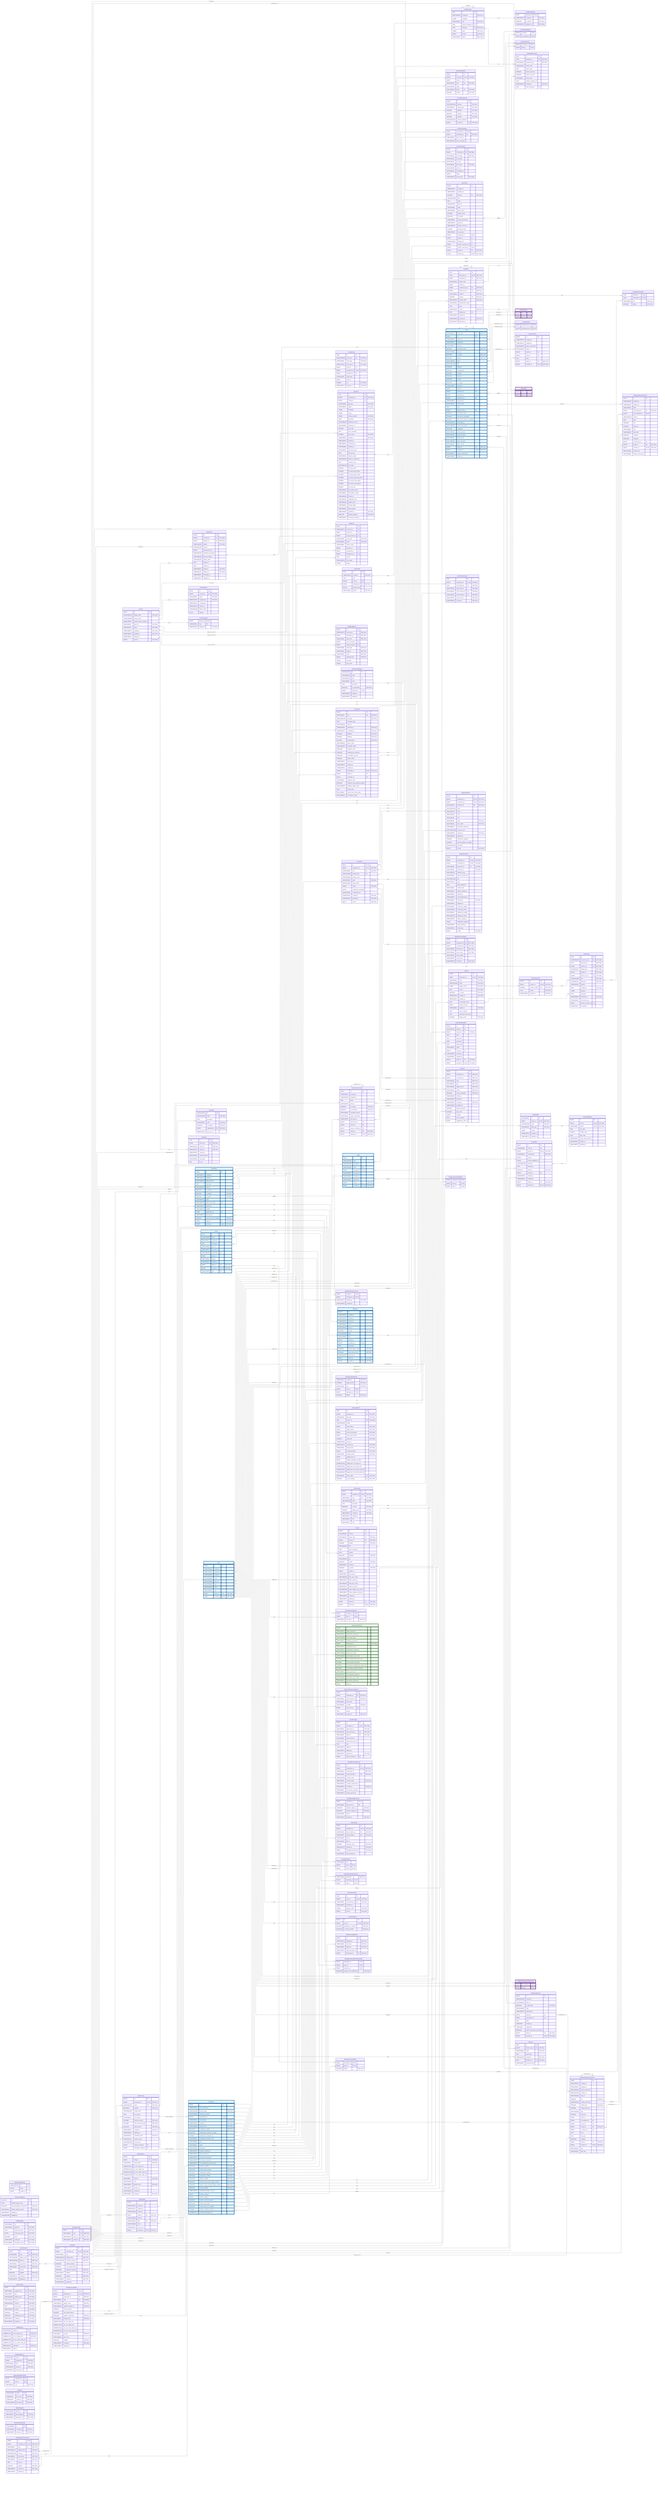
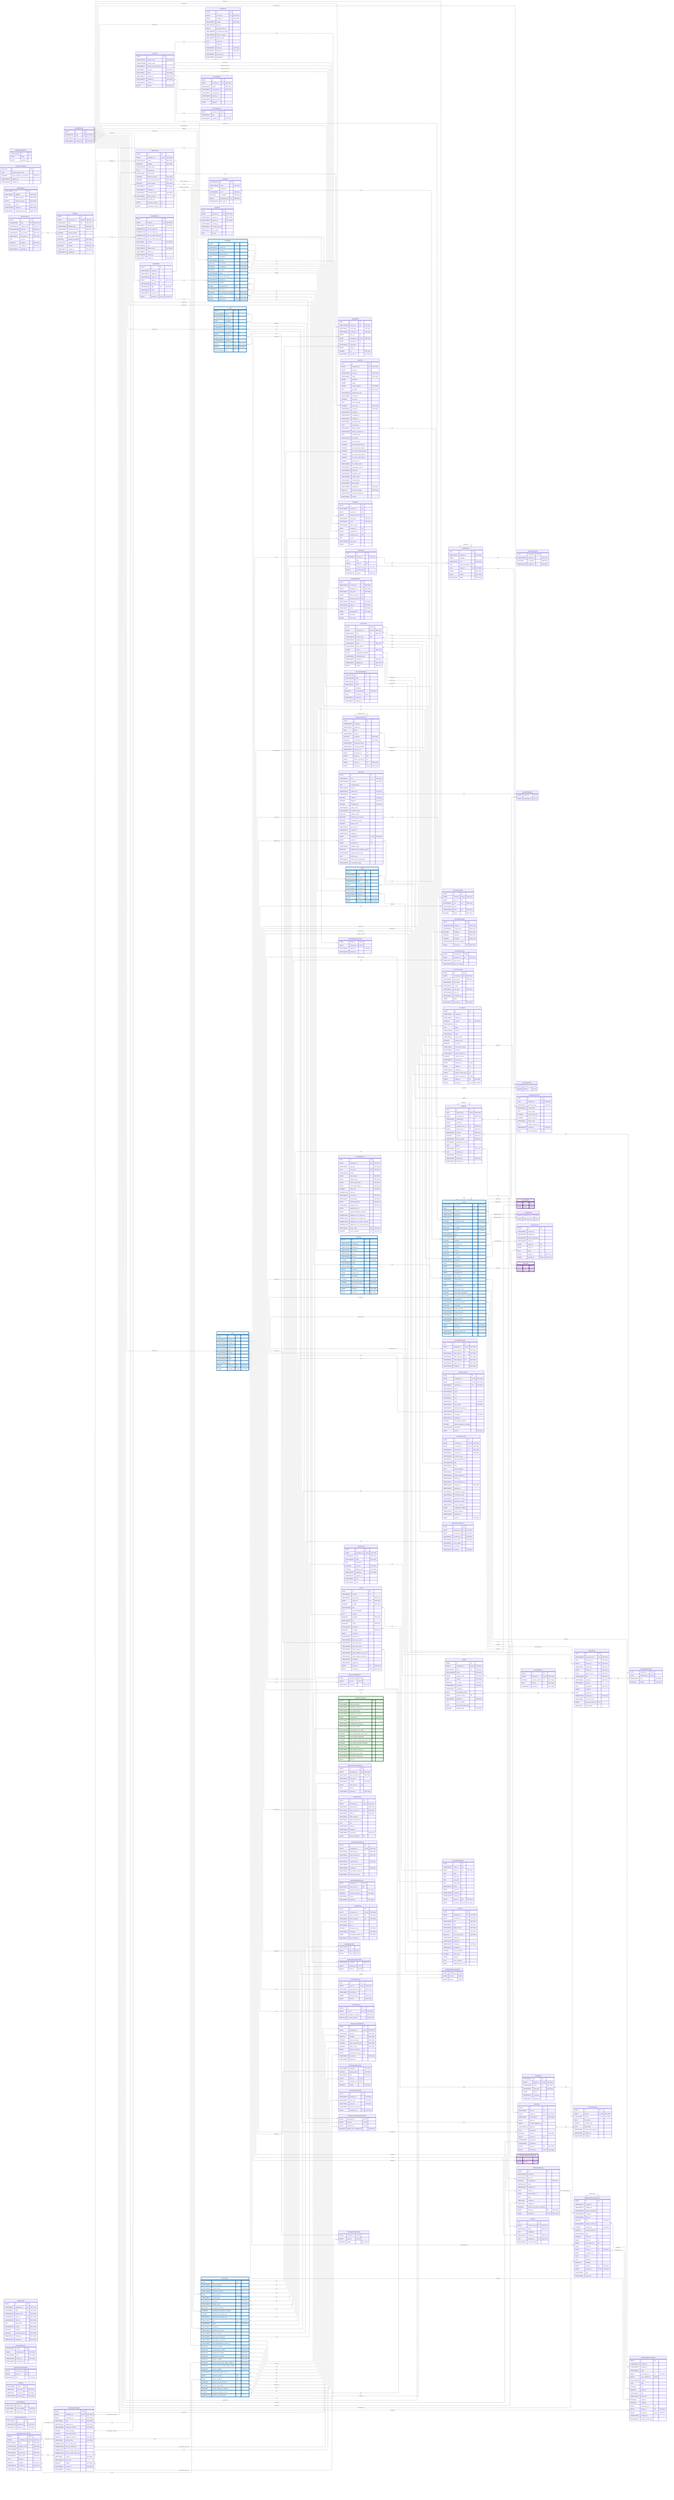
---
config:
    layout: elk
---
erDiagram
    %% Generated automatically from PostgreSQL database schema
    %% using scripts/generate-mermaid-erd.ts
    %% To regenerate: pnpm run db:generate-erd-docs

    direction LR

    Account {
        BIGINT id PK
        VARCHAR(255) display_name "NOT NULL"
        USER-DEFINED primary_email
        TIMESTAMPTZ primary_email_verified_at
        VARCHAR(16) app_role "NOT NULL"
        VARCHAR(16) status "NOT NULL"
        TIMESTAMPTZ created_at "NOT NULL"
        TIMESTAMPTZ updated_at "NOT NULL"
        TIMESTAMPTZ deleted_at
        BIGINT version "NOT NULL"
    }

    AccountExport {
        BIGINT id PK
        BIGINT account_id FK "NOT NULL"
        VARCHAR(16) status "NOT NULL"
        TIMESTAMPTZ requested_at "NOT NULL"
        TIMESTAMPTZ completed_at
        TIMESTAMPTZ expires_at
        VARCHAR(128) failure_reason
        BYTEA payload
    }

    AccountFeature {
        BIGINT account_id PK,FK
        VARCHAR(64) flag PK
        TIMESTAMPTZ enabled_at "NOT NULL"
    }

    ActivityEvent {
        UUID id PK
        VARCHAR(255) event_key UK "NOT NULL"
        VARCHAR(64) event_type "NOT NULL"
        TIMESTAMPTZ occurred_at "NOT NULL"
        BIGINT actor_id FK
        BIGINT workspace_id FK,UK "NOT NULL"
        BIGINT repository_id FK
        VARCHAR(32) target_type
        BIGINT target_id
        DOUBLE xp "NOT NULL"
        TIMESTAMPTZ ingested_at "NOT NULL"
    }

    AgentConfig {
        BIGINT id PK
        BIGINT workspace_id FK,UK "NOT NULL"
        VARCHAR(100) name UK "NOT NULL"
        BOOLEAN enabled "NOT NULL"
        VARCHAR(128) model_name
        TEXT llm_api_key
        VARCHAR(32) llm_provider
        INTEGER timeout_seconds "NOT NULL"
        INTEGER max_concurrent_jobs "NOT NULL"
        BOOLEAN allow_internet "NOT NULL"
        TIMESTAMPTZ created_at "NOT NULL"
        TIMESTAMPTZ updated_at
        VARCHAR(16) credential_mode "NOT NULL"
        VARCHAR(50) model_version
        VARCHAR(2048) llm_base_url
        BIGINT instance_model_id FK
        BIGINT workspace_model_id FK
    }

    AgentJob {
        UUID id PK
        BIGINT workspace_id FK "NOT NULL"
        BIGINT config_id FK
        VARCHAR(50) job_type "NOT NULL"
        VARCHAR(20) status "NOT NULL"
        JSONB metadata
        JSONB output
        JSONB config_snapshot "NOT NULL"
        TEXT job_token UK "NOT NULL"
        VARCHAR(255) idempotency_key
        VARCHAR(64) container_id
        INTEGER exit_code
        TEXT error_message
        INTEGER retry_count "NOT NULL"
        TIMESTAMPTZ created_at "NOT NULL"
        TIMESTAMPTZ started_at
        TIMESTAMPTZ completed_at
        VARCHAR(64) network_id
        VARCHAR(64) job_token_hash
        TEXT llm_api_key
        VARCHAR(20) delivery_status
        VARCHAR(255) delivery_comment_id
        TEXT container_logs
        VARCHAR(100) llm_model
        INTEGER llm_total_calls
        INTEGER llm_total_input_tokens
        INTEGER llm_total_output_tokens
        INTEGER llm_total_reasoning_tokens
        INTEGER llm_cache_read_tokens
        INTEGER llm_cache_write_tokens
        DOUBLE llm_cost_usd
        VARCHAR(50) llm_model_version
        VARCHAR(32) cancellation_reason
        VARCHAR(255) worker_id
        VARCHAR(48) integration_kind
        VARCHAR(48) subject_class
        VARCHAR(64) prompt_digest
        VARCHAR(64) inputs_digest
        TIMESTAMPTZ available_at "NOT NULL"
        SMALLINT delivery_attempts "NOT NULL"
        TIMESTAMPTZ execution_started_at
+         VARCHAR(32) purpose
    }

    AuthEvent {
        BIGINT id PK
        TIMESTAMPTZ occurred_at PK
        BIGINT account_id FK
        BIGINT acting_account_id FK
        VARCHAR(48) event_type "NOT NULL"
        VARCHAR(16) result "NOT NULL"
        VARCHAR(64) failure_reason
        BIGINT provider_id FK
        BIGINT workspace_id FK
        BIGINT identity_link_id FK
        INET ip_inet
        VARCHAR(512) user_agent
        JSONB details
    }

    AuthRateLimitBucket {
        VARCHAR(255) id PK
        BYTEA state
        BIGINT expires_at
    }

    ChatMessage {
        UUID id PK
        TIMESTAMPTZ created_at "NOT NULL"
        JSONB metadata
        VARCHAR(16) role "NOT NULL"
        UUID parent_message_id FK
        UUID thread_id FK "NOT NULL"
        JSONB parts "NOT NULL"
        BIGINT version "NOT NULL"
        VARCHAR(16) status "NOT NULL"
    }

    ChatMessageVote {
        UUID message_id PK,FK
        TIMESTAMPTZ created_at "NOT NULL"
        BOOLEAN is_upvoted "NOT NULL"
        TIMESTAMPTZ updated_at "NOT NULL"
    }

    ChatThread {
        UUID id PK
        TIMESTAMPTZ created_at "NOT NULL"
        TEXT title
        BIGINT user_id FK
        BIGINT workspace_id FK "NOT NULL"
        BYTEA session_jsonl
        VARCHAR(16) surface "NOT NULL"
    }

    CommitContributor {
        BIGINT id PK
        BIGINT commit_id FK,UK "NOT NULL"
        BIGINT user_id FK
        VARCHAR(32) role UK "NOT NULL"
        VARCHAR(255) name
        VARCHAR(255) email UK "NOT NULL"
        INTEGER ordinal "NOT NULL"
    }

    CommitFileChange {
        BIGINT id PK
        VARCHAR(1024) filename "NOT NULL"
        VARCHAR(32) change_type "NOT NULL"
        INTEGER additions "NOT NULL"
        INTEGER deletions "NOT NULL"
        INTEGER changes "NOT NULL"
        VARCHAR(1024) previous_filename
        BIGINT commit_id FK "NOT NULL"
    }

    CommitPullRequest {
        BIGINT commit_id PK,FK
        BIGINT pull_request_id PK,FK
    }

    ConfigAuditEvent {
        BIGINT id PK
        TIMESTAMPTZ occurred_at "NOT NULL"
        BIGINT workspace_id FK "NOT NULL"
        VARCHAR(16) actor_kind "NOT NULL"
        BIGINT actor_account_id FK
        BIGINT acting_account_id FK
        VARCHAR(48) entity_type "NOT NULL"
        VARCHAR(64) entity_id "NOT NULL"
        VARCHAR(16) action "NOT NULL"
        ARRAY changed_keys "NOT NULL"
        JSONB old_value
        JSONB new_value
    }

    Connection {
        BIGINT id PK,UK
        BIGINT workspace_id FK,UK "NOT NULL"
        VARCHAR(48) kind UK "NOT NULL"
        VARCHAR(128) instance_key UK
        VARCHAR(256) display_name
        VARCHAR(32) state "NOT NULL"
        VARCHAR(512) state_reason
        JSONB config "NOT NULL"
        BYTEA credentials_encrypted
        VARCHAR(64) credentials_alg
        TIMESTAMPTZ created_at "NOT NULL"
        TIMESTAMPTZ updated_at "NOT NULL"
        BIGINT version "NOT NULL"
    }

    ConnectionActivity {
        BIGINT connection_id PK,FK
        BIGINT workspace_id FK "NOT NULL"
        TIMESTAMPTZ last_event_at
        VARCHAR(128) last_event_type
    }

    ConnectionAudit {
        BIGINT id PK
        BIGINT connection_id FK "NOT NULL"
        VARCHAR(48) event_type "NOT NULL"
        VARCHAR(32) from_state
        VARCHAR(32) to_state
        VARCHAR(32) actor_kind "NOT NULL"
        VARCHAR(256) actor_ref
        VARCHAR(64) correlation_id
        JSONB detail
        TIMESTAMPTZ occurred_at "NOT NULL"
    }

    Discussion {
        BIGINT id PK
        TIMESTAMPTZ created_at
        TIMESTAMPTZ updated_at
        INTEGER number UK "NOT NULL"
        VARCHAR(1024) title
        TEXT body
        VARCHAR(512) html_url
        VARCHAR(16) state
        VARCHAR(32) state_reason
        INTEGER upvote_count
        BOOLEAN is_locked
        VARCHAR(32) active_lock_reason
        TIMESTAMPTZ closed_at
        TIMESTAMPTZ answer_chosen_at
        INTEGER comment_count
        TIMESTAMPTZ last_sync_at
        BIGINT repository_id FK,UK
        BIGINT author_id FK
        VARCHAR(128) category_id FK
        BIGINT answer_chosen_by_id FK
        BIGINT answer_comment_id FK,UK
        BIGINT native_id UK "NOT NULL"
        BIGINT provider_id FK,UK "NOT NULL"
    }

    DiscussionCategory {
        VARCHAR(128) id PK
        VARCHAR(255) name
        VARCHAR(128) slug UK
        VARCHAR(32) emoji
        TEXT description
        BOOLEAN is_answerable "NOT NULL"
        BIGINT repository_id FK,UK
        TIMESTAMPTZ created_at
        TIMESTAMPTZ updated_at
    }

    DiscussionComment {
        BIGINT id PK
        TIMESTAMPTZ created_at
        TIMESTAMPTZ updated_at
        TEXT body
        VARCHAR(512) html_url
        BOOLEAN is_answer "NOT NULL"
        BOOLEAN is_minimized "NOT NULL"
        VARCHAR(64) minimized_reason
        VARCHAR(32) author_association
        TIMESTAMPTZ last_sync_at
        BIGINT discussion_id FK
        BIGINT author_id FK
        BIGINT parent_comment_id FK
        BIGINT native_id UK "NOT NULL"
        BIGINT provider_id FK,UK "NOT NULL"
    }

    DiscussionLabel {
        BIGINT discussion_id PK,FK
        BIGINT label_id PK,FK
    }

    Feedback {
        UUID id PK
        UUID agent_job_id FK,UK "NOT NULL"
        BIGINT workspace_id FK "NOT NULL"
        VARCHAR(32) artifact_type
        BIGINT artifact_id
        BIGINT recipient_user_id FK "NOT NULL"
        BIGINT about_user_id FK "NOT NULL"
        VARCHAR(32) channel "NOT NULL"
        INTEGER position UK "NOT NULL"
        VARCHAR(16) delivery_state "NOT NULL"
        VARCHAR(32) suppression_reason
        TEXT body
        VARCHAR(16) source "NOT NULL"
        UUID replaces_id FK
        VARCHAR(64) thread_key
        TIMESTAMPTZ created_at "NOT NULL"
        TIMESTAMPTZ delivered_at
    }

    FeedbackObservation {
        UUID feedback_id PK,FK
        UUID observation_id PK,FK
        VARCHAR(16) role "NOT NULL"
        INTEGER ordinal "NOT NULL"
    }

    FeedbackPlacement {
        UUID id PK
        UUID feedback_id FK "NOT NULL"
        VARCHAR(32) placement_type "NOT NULL"
        VARCHAR(16) anchor_kind
        TEXT anchor_path
        INTEGER anchor_start_line
        INTEGER anchor_end_line
        VARCHAR(8) anchor_side
        TEXT posted_comment_ref
        TIMESTAMPTZ created_at "NOT NULL"
        UUID chat_message_id FK
    }

    GitCommit {
        BIGINT id PK
        VARCHAR(40) sha UK "NOT NULL"
        VARCHAR(1024) message "NOT NULL"
        TEXT message_body
        VARCHAR(512) html_url
        TIMESTAMPTZ authored_at "NOT NULL"
        TIMESTAMPTZ committed_at "NOT NULL"
        INTEGER additions "NOT NULL"
        INTEGER deletions "NOT NULL"
        INTEGER changed_files "NOT NULL"
        VARCHAR(255) author_email
        VARCHAR(255) committer_email
        BOOLEAN signature_valid
        BOOLEAN authored_by_committer
        BOOLEAN committed_via_web
        INTEGER parent_count
        TIMESTAMPTZ last_sync_at
        TIMESTAMPTZ created_at
        TIMESTAMPTZ updated_at
        BIGINT repository_id FK,UK "NOT NULL"
        BIGINT author_id FK
        BIGINT committer_id FK
        VARCHAR(32) signature_state
        BOOLEAN signature_was_signed_by_github
        VARCHAR(255) signature_signer_login
        TEXT parent_shas
        VARCHAR(32) status_check_rollup_state
        VARCHAR(255) on_behalf_of_login
    }

    IdentityLink {
        BIGINT id PK
        BIGINT account_id FK "NOT NULL"
        BIGINT provider_id FK "NOT NULL"
        VARCHAR(255) subject "NOT NULL"
        VARCHAR(255) team_id
        BIGINT external_actor_id
        VARCHAR(255) username_at_signup
        VARCHAR(320) email_at_signup
        VARCHAR(255) display_name
        TEXT avatar_url
        TEXT profile_url
        TIMESTAMPTZ linked_at "NOT NULL"
        VARCHAR(16) linked_via "NOT NULL"
        TIMESTAMPTZ last_login_at
        TIMESTAMPTZ disabled_at
    }

    IdentityProvider {
        BIGINT id PK
        VARCHAR(10) type UK "NOT NULL"
        VARCHAR(512) server_url UK "NOT NULL"
        TIMESTAMPTZ created_at "NOT NULL"
    }

    InstanceLlmSetting {
        SMALLINT id PK
        TEXT allowed_egress_hosts
        BOOLEAN allow_workspace_connections "NOT NULL"
-         VARCHAR(16) default_unpriced_policy "NOT NULL"
        TIMESTAMPTZ updated_at
        VARCHAR(255) updated_by
    }

    Issue {
        VARCHAR(31) issue_type UK "NOT NULL"
        BIGINT id PK
        TIMESTAMPTZ created_at
        TIMESTAMPTZ updated_at
        TIMESTAMPTZ closed_at
        INTEGER comments_count "NOT NULL"
        VARCHAR(255) html_url
        BOOLEAN is_locked "NOT NULL"
        INTEGER number UK "NOT NULL"
        VARCHAR(255) state
        VARCHAR(1024) title
        INTEGER additions
        INTEGER changed_files
        INTEGER commits
        INTEGER deletions
        BOOLEAN is_draft
        BOOLEAN is_merged
        TIMESTAMPTZ merged_at
        BIGINT author_id FK
        BIGINT milestone_id FK
        BIGINT repository_id FK,UK
        BIGINT merged_by_id FK
        TIMESTAMPTZ last_sync_at
        VARCHAR(32) state_reason
        TEXT body
        BIGINT parent_issue_id FK
        INTEGER sub_issues_total
        INTEGER sub_issues_completed
        INTEGER sub_issues_percent_completed
        VARCHAR(128) issue_type_id FK
        VARCHAR(255) merge_state_status
        BOOLEAN mergeable
        VARCHAR(255) review_decision
        VARCHAR(255) head_ref_name
        VARCHAR(40) head_ref_oid
        VARCHAR(255) base_ref_name
        VARCHAR(40) base_ref_oid
        BIGINT native_id UK "NOT NULL"
        BIGINT provider_id FK,UK "NOT NULL"
        VARCHAR(40) merge_commit_sha
        TIMESTAMPTZ deleted_at
    }

    IssueAssignee {
        BIGINT issue_id PK,FK
        BIGINT user_id PK,FK
    }

    IssueBlocking {
        BIGINT blocked_issue_id PK,FK
        BIGINT blocking_issue_id PK,FK
    }

    IssueComment {
        BIGINT id PK
        TIMESTAMPTZ created_at
        TIMESTAMPTZ updated_at
        VARCHAR(255) author_association
        VARCHAR(255) html_url
        BIGINT author_id FK
        BIGINT issue_id FK
        TEXT body
        BIGINT native_id UK "NOT NULL"
        BIGINT provider_id FK,UK "NOT NULL"
    }

    IssueLabel {
        BIGINT issue_id PK,FK
        BIGINT label_id PK,FK
    }

    IssueType {
        VARCHAR(128) id PK
        VARCHAR(128) name "NOT NULL"
        TEXT description
        VARCHAR(20) color "NOT NULL"
        BOOLEAN is_enabled "NOT NULL"
        BIGINT organization_id FK "NOT NULL"
        TIMESTAMPTZ last_sync_at
    }

    IssuedJwt {
        UUID jti PK
        BIGINT account_id FK "NOT NULL"
        TIMESTAMPTZ issued_at "NOT NULL"
        TIMESTAMPTZ expires_at "NOT NULL"
        TIMESTAMPTZ revoked_at
        VARCHAR(32) revoked_reason
        VARCHAR(512) user_agent
        INET ip_inet
    }

    JwtSigningKey {
        VARCHAR(64) kid PK
        VARCHAR(16) algorithm "NOT NULL"
        TEXT public_key_pem "NOT NULL"
        BYTEA private_key_pem "NOT NULL"
        BOOLEAN active "NOT NULL"
        TIMESTAMPTZ created_at "NOT NULL"
        VARCHAR(64) encryption_key_id "NOT NULL"
    }

    Label {
        BIGINT id PK
        VARCHAR(255) color
        VARCHAR(255) description
        VARCHAR(255) name UK
        BIGINT repository_id FK,UK
        TIMESTAMPTZ last_sync_at
        TIMESTAMPTZ created_at
        TIMESTAMPTZ updated_at
        BIGINT native_id UK "NOT NULL"
        BIGINT provider_id FK,UK "NOT NULL"
    }

    LlmConnection {
        BIGINT id PK
        VARCHAR(64) slug UK "NOT NULL"
        VARCHAR(128) display_name "NOT NULL"
        VARCHAR(2048) base_url "NOT NULL"
        VARCHAR(40) api_protocol "NOT NULL"
        VARCHAR(16) auth_mode "NOT NULL"
        TEXT api_key
        BOOLEAN enabled "NOT NULL"
        TIMESTAMPTZ created_at "NOT NULL"
        TIMESTAMPTZ updated_at
    }

    LlmModel {
        BIGINT id PK
        BIGINT connection_id FK,UK "NOT NULL"
        VARCHAR(64) slug UK "NOT NULL"
        VARCHAR(128) display_name "NOT NULL"
        VARCHAR(256) upstream_model_id "NOT NULL"
        INTEGER context_window
        INTEGER max_output_tokens
        BOOLEAN supports_reasoning "NOT NULL"
        VARCHAR(16) visibility "NOT NULL"
        BOOLEAN enabled "NOT NULL"
        TIMESTAMPTZ created_at "NOT NULL"
        TIMESTAMPTZ updated_at
    }

    LlmModelPrice {
        BIGINT id PK
        BIGINT model_id FK "NOT NULL"
        VARCHAR(16) pricing_mode "NOT NULL"
        NUMERIC(18,8) per_1m_input_usd
        NUMERIC(18,8) per_1m_output_usd
        NUMERIC(18,8) per_1m_cache_read_usd
        NUMERIC(18,8) per_1m_cache_write_usd
        VARCHAR(3) currency "NOT NULL"
        VARCHAR(500) note
        TIMESTAMPTZ effective_from "NOT NULL"
        TIMESTAMPTZ effective_to
        VARCHAR(255) created_by
        TIMESTAMPTZ created_at "NOT NULL"
    }

    LlmModelWorkspaceGrant {
        BIGINT model_id PK,FK
        BIGINT workspace_id PK,FK
        TIMESTAMPTZ granted_at "NOT NULL"
        VARCHAR(255) granted_by
    }

    LlmUsageEvent {
        UUID id PK
        BIGINT workspace_id FK "NOT NULL"
        VARCHAR(40) job_type "NOT NULL"
        UUID source_id UK "NOT NULL"
        VARCHAR(128) model
        BIGINT input_tokens "NOT NULL"
        BIGINT output_tokens "NOT NULL"
        BIGINT cache_read_tokens "NOT NULL"
        BIGINT cache_write_tokens "NOT NULL"
        INTEGER total_calls "NOT NULL"
        NUMERIC(18,6) cost_usd
        TIMESTAMPTZ occurred_at "NOT NULL"
        VARCHAR(16) pricing_state "NOT NULL"
        BIGINT reasoning_tokens "NOT NULL"
        VARCHAR(16) funding_source "NOT NULL"
        BIGINT applied_price_id
        BIGINT applied_workspace_model_id
        NUMERIC(18,8) applied_per_1m_input_usd
        NUMERIC(18,8) applied_per_1m_output_usd
        NUMERIC(18,8) applied_per_1m_cache_read_usd
        NUMERIC(18,8) applied_per_1m_cache_write_usd
        VARCHAR(20) source_type UK "NOT NULL"
        INTEGER source_attempt UK "NOT NULL"
    }

    LoginProvider {
        BIGINT id PK
        VARCHAR(64) registration_id UK "NOT NULL"
        VARCHAR(10) type UK "NOT NULL"
        VARCHAR(255) display_name "NOT NULL"
        VARCHAR(512) base_url UK "NOT NULL"
        VARCHAR(512) client_id "NOT NULL"
        TEXT client_secret "NOT NULL"
        VARCHAR(512) scopes "NOT NULL"
        BOOLEAN enabled "NOT NULL"
        BOOLEAN seeded_from_env "NOT NULL"
        TIMESTAMPTZ created_at "NOT NULL"
        TIMESTAMPTZ updated_at "NOT NULL"
    }

    MentorSlackThread {
        UUID id PK
        BIGINT workspace_id FK,UK "NOT NULL"
        UUID chat_thread_id FK "NOT NULL"
        VARCHAR(32) slack_team_id "NOT NULL"
        VARCHAR(32) slack_channel_id UK "NOT NULL"
        VARCHAR(32) slack_thread_ts UK "NOT NULL"
        VARCHAR(32) slack_user_id "NOT NULL"
        TIMESTAMPTZ created_at "NOT NULL"
    }

    Milestone {
        BIGINT id PK
        TIMESTAMPTZ created_at
        TIMESTAMPTZ updated_at
        TIMESTAMPTZ closed_at
        TIMESTAMPTZ due_on
        VARCHAR(255) html_url
        INTEGER number UK "NOT NULL"
        VARCHAR(255) state
        VARCHAR(255) title
        BIGINT creator_id FK
        BIGINT repository_id FK,UK
        TEXT description
        INTEGER closed_issues_count "NOT NULL"
        INTEGER open_issues_count "NOT NULL"
        TIMESTAMPTZ last_sync_at
        BIGINT native_id UK "NOT NULL"
        BIGINT provider_id FK,UK "NOT NULL"
    }

-     ModelPricing {
-         VARCHAR(128) model_id PK
-         NUMERIC(12,6) per_1k_input_usd "NOT NULL"
-         NUMERIC(12,6) per_1k_output_usd "NOT NULL"
-         NUMERIC(12,6) per_1k_cache_read_usd
-         NUMERIC(12,6) per_1k_cache_write_usd
-         TIMESTAMPTZ valid_from "NOT NULL"
-         TIMESTAMPTZ valid_to
-     }
- 
    OauthStateNonce {
        VARCHAR(32) nonce PK
        BIGINT workspace_id "NOT NULL"
        VARCHAR(48) kind "NOT NULL"
        TIMESTAMPTZ issued_at "NOT NULL"
        TIMESTAMPTZ consumed_at
    }

    Observation {
        UUID id PK
        VARCHAR(255) occurrence_key UK "NOT NULL"
        UUID agent_job_id "NOT NULL"
        BIGINT practice_id FK "NOT NULL"
        VARCHAR(32) artifact_type "NOT NULL"
        BIGINT artifact_id "NOT NULL"
        BIGINT about_user_id FK "NOT NULL"
        VARCHAR(255) title "NOT NULL"
        VARCHAR(16) presence "NOT NULL"
        VARCHAR(16) severity
        REAL confidence "NOT NULL"
        JSONB evidence
        TEXT reasoning
        TIMESTAMPTZ observed_at "NOT NULL"
        VARCHAR(64) recurrence_key
        BIGINT practice_revision_id FK
        VARCHAR(8) assessment
    }

    Organization {
        BIGINT id PK
        TIMESTAMPTZ created_at
        TIMESTAMPTZ updated_at
        VARCHAR(255) avatar_url
        BIGINT native_id UK "NOT NULL"
        VARCHAR(255) html_url
        VARCHAR(255) login UK "NOT NULL"
        VARCHAR(255) name
        TIMESTAMPTZ last_sync_at
        BIGINT provider_id FK,UK "NOT NULL"
    }

    OrganizationMembership {
        BIGINT organization_id PK
        BIGINT user_id PK
        VARCHAR(32) role "NOT NULL"
    }

    OutlineCollection {
        BIGINT id PK
        BIGINT workspace_id FK,UK "NOT NULL"
        BIGINT connection_id FK,UK "NOT NULL"
        VARCHAR(64) collection_id UK "NOT NULL"
        VARCHAR(1024) name
        VARCHAR(512) url_id
        VARCHAR(32) color
        VARCHAR(64) icon
        VARCHAR(16) state "NOT NULL"
        VARCHAR(16) sync_status "NOT NULL"
        TIMESTAMPTZ documents_synced_at
        VARCHAR(2048) last_sync_error
        TIMESTAMPTZ created_at "NOT NULL"
        TIMESTAMPTZ updated_at
        INTEGER documents_upstream
        INTEGER exports_skipped_for_budget
        VARCHAR(2048) description
        BIGINT version "NOT NULL"
    }

    OutlineDocument {
        BIGINT id PK
        BIGINT workspace_id FK,UK "NOT NULL"
        BIGINT connection_id FK,UK "NOT NULL"
        VARCHAR(64) document_id UK "NOT NULL"
        VARCHAR(64) collection_id "NOT NULL"
        VARCHAR(512) collection_slug
        VARCHAR(64) parent_document_id
        VARCHAR(1024) title
        VARCHAR(512) slug
        TEXT body_markdown
        VARCHAR(64) content_hash
        TIMESTAMPTZ outline_updated_at
        TIMESTAMPTZ deleted_at
        TIMESTAMPTZ last_materialized_at
        TIMESTAMPTZ created_at "NOT NULL"
        TIMESTAMPTZ updated_at
        VARCHAR(64) created_by_subject
        VARCHAR(255) created_by_name
        VARCHAR(64) updated_by_subject
        VARCHAR(255) updated_by_name
        TIMESTAMPTZ outline_created_at
        JSONB collaborator_subjects
        TIMESTAMPTZ body_evicted_at
        TIMESTAMPTZ archived_at
        BIGINT version "NOT NULL"
    }

    OutlineDocumentEvent {
        BIGINT id PK
        BIGINT workspace_id FK "NOT NULL"
        BIGINT connection_id FK "NOT NULL"
        VARCHAR(64) document_id "NOT NULL"
        VARCHAR(64) event_name "NOT NULL"
        VARCHAR(64) actor_subject
        TIMESTAMPTZ occurred_at
        TIMESTAMPTZ created_at "NOT NULL"
    }

    Practice {
        BIGINT id PK
        BIGINT workspace_id FK,UK "NOT NULL"
        VARCHAR(64) slug UK "NOT NULL"
        VARCHAR(128) name "NOT NULL"
        JSONB trigger_events "NOT NULL"
        TEXT criteria "NOT NULL"
        BOOLEAN is_active "NOT NULL"
        TIMESTAMPTZ created_at "NOT NULL"
        TIMESTAMPTZ updated_at
        TEXT precompute_script
        BIGINT practice_area_id FK
        VARCHAR(32) applies_to "NOT NULL"
        TEXT why_it_matters
        TEXT what_good_looks_like
        INTEGER display_order "NOT NULL"
    }

    PracticeArea {
        BIGINT id PK
        BIGINT workspace_id FK,UK "NOT NULL"
        VARCHAR(64) slug UK "NOT NULL"
        VARCHAR(128) name "NOT NULL"
        TEXT description
        BOOLEAN is_active "NOT NULL"
        INTEGER display_order "NOT NULL"
        TIMESTAMPTZ created_at "NOT NULL"
        TIMESTAMPTZ updated_at
        VARCHAR(64) icon
        VARCHAR(32) color
    }

    PracticeRevision {
        BIGINT id PK
        BIGINT practice_id FK,UK "NOT NULL"
        INTEGER revision_number UK "NOT NULL"
        TEXT criteria "NOT NULL"
        TIMESTAMPTZ created_at "NOT NULL"
    }

    Project {
        BIGINT id PK
        VARCHAR(64) node_id UK
        VARCHAR(32) owner_type UK "NOT NULL"
        BIGINT owner_id UK "NOT NULL"
        INTEGER number UK "NOT NULL"
        VARCHAR(256) title
        TEXT short_description
        TEXT readme
        BOOLEAN template "NOT NULL"
        VARCHAR(512) url
        BOOLEAN closed "NOT NULL"
        TIMESTAMPTZ closed_at
        BOOLEAN is_public "NOT NULL"
        BIGINT creator_id FK
        TIMESTAMPTZ last_sync_at
        VARCHAR(256) item_sync_cursor
        TIMESTAMPTZ items_synced_at
        VARCHAR(256) field_sync_cursor
        TIMESTAMPTZ fields_synced_at
        VARCHAR(256) status_update_sync_cursor
        TIMESTAMPTZ status_updates_synced_at
        TIMESTAMPTZ created_at
        TIMESTAMPTZ updated_at
        BIGINT native_id UK "NOT NULL"
        BIGINT provider_id FK,UK "NOT NULL"
    }

    ProjectField {
        VARCHAR(64) id PK
        BIGINT project_id FK,UK "NOT NULL"
        VARCHAR(256) name UK "NOT NULL"
        VARCHAR(32) data_type "NOT NULL"
        JSONB options
        TIMESTAMPTZ created_at
        TIMESTAMPTZ updated_at
    }

    ProjectFieldValue {
        BIGINT id PK
        BIGINT item_id FK,UK "NOT NULL"
        VARCHAR(64) field_id FK,UK "NOT NULL"
        TEXT text_value
        DOUBLE number_value
        DATE date_value
        VARCHAR(64) single_select_option_id
        VARCHAR(64) iteration_id
        TIMESTAMPTZ updated_at
    }

    ProjectItem {
        BIGINT id PK
        VARCHAR(64) node_id UK
        BIGINT project_id FK,UK "NOT NULL"
        VARCHAR(32) content_type "NOT NULL"
        BIGINT issue_id FK
        BIGINT content_database_id
        VARCHAR(1024) draft_title
        TEXT draft_body
        BOOLEAN archived "NOT NULL"
        BIGINT creator_id FK
        TIMESTAMPTZ created_at
        TIMESTAMPTZ updated_at
        BIGINT native_id UK "NOT NULL"
        BIGINT provider_id FK,UK "NOT NULL"
    }

    ProjectStatusUpdate {
        BIGINT id PK
        VARCHAR(64) node_id UK
        BIGINT project_id FK "NOT NULL"
        TEXT body
        TEXT body_html
        DATE start_date
        DATE target_date
        VARCHAR(32) status
        BIGINT creator_id FK
        TIMESTAMPTZ created_at
        TIMESTAMPTZ updated_at
        BIGINT native_id UK "NOT NULL"
        BIGINT provider_id FK,UK "NOT NULL"
    }

    PullRequestRequestedReviewer {
        BIGINT pull_request_id PK,FK
        BIGINT user_id PK,FK
    }

    PullRequestReview {
        BIGINT id PK
        VARCHAR(255) commit_id
        VARCHAR(255) html_url
        BOOLEAN is_dismissed "NOT NULL"
        VARCHAR(255) state
        TIMESTAMPTZ submitted_at
        BIGINT author_id FK
        BIGINT pull_request_id FK
        TEXT body
        TIMESTAMP created_at
        TIMESTAMP updated_at
        BOOLEAN author_can_push_to_repository
        BIGINT native_id UK "NOT NULL"
        BIGINT provider_id FK,UK "NOT NULL"
    }

    PullRequestReviewComment {
        BIGINT id PK
        TIMESTAMPTZ created_at
        TIMESTAMPTZ updated_at
        VARCHAR(255) author_association
        VARCHAR(255) commit_id
        VARCHAR(255) html_url
        INTEGER line "NOT NULL"
        VARCHAR(255) original_commit_id
        INTEGER original_line "NOT NULL"
        INTEGER original_start_line
        VARCHAR(255) path
        INTEGER start_line
        BIGINT author_id FK
        BIGINT pull_request_id FK
        BIGINT review_id FK
        BIGINT thread_id FK "NOT NULL"
        BIGINT in_reply_to_id FK
        TEXT body
        TEXT diff_hunk
        BOOLEAN outdated
        BIGINT native_id UK "NOT NULL"
        BIGINT provider_id FK,UK "NOT NULL"
        VARCHAR(16) side
        VARCHAR(16) start_side
    }

    PullRequestReviewThread {
        BIGINT id PK
        TIMESTAMPTZ created_at
        TIMESTAMPTZ updated_at
        VARCHAR(20) state
        BIGINT pull_request_id FK "NOT NULL"
        BIGINT root_comment_id FK,UK
        VARCHAR(128) node_id
        TEXT path
        INTEGER line
        INTEGER start_line
        VARCHAR(16) side
        VARCHAR(16) start_side
        BOOLEAN outdated
        BOOLEAN collapsed
        BIGINT resolved_by_id FK
        BIGINT native_id UK "NOT NULL"
        BIGINT provider_id FK,UK "NOT NULL"
        VARCHAR(64) commit_sha
        VARCHAR(64) original_commit_sha
    }

    Reaction {
        UUID id PK
        BIGINT reactor_user_id FK "NOT NULL"
        VARCHAR(16) action "NOT NULL"
        TEXT explanation
        TIMESTAMPTZ created_at "NOT NULL"
        UUID feedback_id FK "NOT NULL"
        VARCHAR(64) recurrence_key
    }

    Repository {
        BIGINT id PK
        TIMESTAMPTZ created_at
        TIMESTAMPTZ updated_at
        VARCHAR(255) default_branch
        TEXT description
        VARCHAR(512) html_url
        BOOLEAN is_archived "NOT NULL"
        BOOLEAN is_disabled "NOT NULL"
        BOOLEAN is_private "NOT NULL"
        VARCHAR(255) name
        VARCHAR(150) name_with_owner UK
        TIMESTAMPTZ pushed_at
        VARCHAR(255) visibility
        BIGINT organization_id FK
        TIMESTAMPTZ last_sync_at
        BOOLEAN has_discussions_enabled "NOT NULL"
        BIGINT native_id UK "NOT NULL"
        BIGINT provider_id FK,UK "NOT NULL"
    }

    RepositoryCollaborator {
        BIGINT repository_id PK,FK
        BIGINT user_id PK,FK
        VARCHAR(32) permission "NOT NULL"
    }

    RepositoryToMonitor {
        BIGINT id PK
        TIMESTAMPTZ labels_synced_at
        TIMESTAMPTZ milestones_synced_at
        VARCHAR(255) name_with_owner
        TIMESTAMPTZ repository_synced_at
        BIGINT workspace_id FK "NOT NULL"
        TIMESTAMPTZ backfill_last_run_at
        TIMESTAMPTZ collaborators_synced_at
        VARCHAR(255) issue_sync_cursor
        VARCHAR(255) pull_request_sync_cursor
        INTEGER issue_backfill_high_water_mark
        INTEGER issue_backfill_checkpoint
        INTEGER pull_request_backfill_high_water_mark
        INTEGER pull_request_backfill_checkpoint
        TIMESTAMPTZ issues_synced_at
        TIMESTAMPTZ pull_requests_synced_at
        VARCHAR(255) discussion_sync_cursor
        TIMESTAMPTZ discussions_synced_at
        BIGINT native_id
    }

    Shedlock {
        VARCHAR(64) name PK
        TIMESTAMP lock_until "NOT NULL"
        TIMESTAMP locked_at "NOT NULL"
        VARCHAR(255) locked_by "NOT NULL"
    }

    SlackChannelConsentEvent {
        BIGINT id PK
        BIGINT workspace_id FK "NOT NULL"
        VARCHAR(32) slack_channel_id "NOT NULL"
        VARCHAR(16) from_state
        VARCHAR(16) to_state "NOT NULL"
        BIGINT actor_user_id FK
        TEXT reason
        TIMESTAMPTZ created_at "NOT NULL"
    }

    SlackMessage {
        BIGINT id PK
        BIGINT workspace_id FK,UK "NOT NULL"
        VARCHAR(32) slack_team_id "NOT NULL"
        VARCHAR(32) slack_channel_id UK "NOT NULL"
        VARCHAR(32) slack_ts UK "NOT NULL"
        VARCHAR(32) slack_thread_ts
        VARCHAR(32) author_slack_user_id
        TEXT text
        TIMESTAMPTZ edited_at
        TIMESTAMPTZ deleted_at
        TIMESTAMPTZ ingested_at "NOT NULL"
        BIGINT author_member_id FK
    }

    SlackMonitoredChannel {
        BIGINT id PK
        BIGINT workspace_id FK,UK "NOT NULL"
        VARCHAR(32) slack_team_id "NOT NULL"
        VARCHAR(32) slack_channel_id UK "NOT NULL"
        VARCHAR(256) channel_name
        VARCHAR(16) consent_state "NOT NULL"
        TIMESTAMPTZ consent_announced_at
        TIMESTAMPTZ created_at "NOT NULL"
        VARCHAR(32) last_history_synced_ts
        TIMESTAMPTZ history_synced_at
    }

    SlackParticipantConsent {
        BIGINT workspace_id PK,FK
        VARCHAR(32) slack_user_id PK
        BOOLEAN ingestion_opted_out "NOT NULL"
        BOOLEAN research_opted_out "NOT NULL"
        VARCHAR(32) source
        TIMESTAMPTZ decided_at "NOT NULL"
    }

    SlackThread {
        BIGINT id PK
        BIGINT workspace_id FK,UK "NOT NULL"
        VARCHAR(32) slack_channel_id UK "NOT NULL"
        VARCHAR(32) slack_thread_ts UK "NOT NULL"
        VARCHAR(32) first_ts
        VARCHAR(32) last_ts
        INTEGER message_count "NOT NULL"
        TIMESTAMPTZ created_at "NOT NULL"
        ARRAY participant_member_ids "NOT NULL"
        VARCHAR(32) last_reviewed_ts
    }

    SyncJob {
        BIGINT id PK
        BIGINT workspace_id FK "NOT NULL"
        BIGINT connection_id FK "NOT NULL"
        VARCHAR(48) kind "NOT NULL"
        VARCHAR(32) type "NOT NULL"
        VARCHAR(32) trigger_source "NOT NULL"
        VARCHAR(32) status "NOT NULL"
        BOOLEAN cancel_requested "NOT NULL"
        TIMESTAMPTZ started_at
        TIMESTAMPTZ finished_at
        TIMESTAMPTZ created_at "NOT NULL"
        TIMESTAMPTZ heartbeat_at
        INTEGER items_processed
        INTEGER items_total
        JSONB progress
        TEXT error_summary
        BIGINT triggered_by_user_id
    }

    Team {
        BIGINT id PK
        VARCHAR(255) name
        TIMESTAMPTZ created_at
        TEXT description
        VARCHAR(512) html_url
        TIMESTAMPTZ last_sync_at
        VARCHAR(255) organization UK
        BIGINT parent_id
        VARCHAR(32) privacy
        TIMESTAMPTZ updated_at
        BIGINT native_id UK "NOT NULL"
        BIGINT provider_id FK,UK "NOT NULL"
        VARCHAR(512) slug UK
    }

    TeamMembership {
        VARCHAR(32) role
        BIGINT user_id PK,FK
        BIGINT team_id PK,FK
    }

    TeamRepositoryPermission {
        VARCHAR(32) permission "NOT NULL"
        BIGINT repository_id PK,FK
        BIGINT team_id PK,FK
    }

    User {
        BIGINT id PK
        TIMESTAMPTZ created_at
        TIMESTAMPTZ updated_at
        VARCHAR(255) avatar_url
        VARCHAR(255) email
        VARCHAR(255) html_url
        VARCHAR(255) login
        VARCHAR(255) name
        VARCHAR(255) type
        BIGINT native_id UK "NOT NULL"
        BIGINT provider_id FK,UK "NOT NULL"
    }

    UserAchievement {
        UUID id PK
        BIGINT user_id FK,UK "NOT NULL"
        VARCHAR(64) achievement_id UK "NOT NULL"
        TIMESTAMPTZ unlocked_at
        JSONB progress_data "NOT NULL"
        BIGINT version "NOT NULL"
    }

    UserPreference {
        BIGINT id PK
        BIGINT user_id FK,UK "NOT NULL"
        BOOLEAN participate_in_research "NOT NULL"
        BOOLEAN ai_review_enabled "NOT NULL"
    }

    WorkerRegistry {
        VARCHAR(255) worker_id PK
        TIMESTAMPTZ last_heartbeat "NOT NULL"
        TIMESTAMPTZ registered_at "NOT NULL"
    }

    WorkerTokenDenylist {
        VARCHAR(64) jti PK
        TIMESTAMPTZ revoked_at "NOT NULL"
        TIMESTAMPTZ expires_at "NOT NULL"
    }

    Workspace {
        BIGINT id PK
        TIMESTAMPTZ users_synced_at
        VARCHAR(120) account_login "NOT NULL"
        VARCHAR(255) repository_selection
        BIGINT organization_id FK,UK
        VARCHAR(10) account_type "NOT NULL"
        TIMESTAMPTZ created_at "NOT NULL"
        VARCHAR(120) display_name "NOT NULL"
        BOOLEAN is_publicly_viewable "NOT NULL"
        BOOLEAN leaderboard_notification_enabled
        INTEGER leaderboard_schedule_day
        VARCHAR(10) leaderboard_schedule_time
        VARCHAR(64) slug UK "NOT NULL"
        VARCHAR(20) status "NOT NULL"
        TIMESTAMPTZ updated_at
        TIMESTAMPTZ members_synced_at
        TIMESTAMPTZ teams_synced_at
        TIMESTAMPTZ sub_issues_synced_at
        TIMESTAMPTZ issue_types_synced_at
        TIMESTAMPTZ issue_dependencies_synced_at
        BOOLEAN practices_enabled "NOT NULL"
        BOOLEAN achievements_enabled "NOT NULL"
        BOOLEAN leaderboard_enabled "NOT NULL"
        BOOLEAN progression_enabled "NOT NULL"
        BOOLEAN leagues_enabled "NOT NULL"
        BOOLEAN practice_review_auto_trigger_enabled "NOT NULL"
        BOOLEAN practice_review_manual_trigger_enabled "NOT NULL"
        BOOLEAN mentor_enabled "NOT NULL"
        TIMESTAMPTZ leaderboard_league_cycle_at
        BIGINT practice_config_id FK
        BIGINT mentor_config_id FK
        BOOLEAN practice_run_for_all_users
        BOOLEAN practice_skip_drafts
        BOOLEAN practice_deliver_to_merged
        INTEGER practice_cooldown_minutes
        NUMERIC(10,2) monthly_llm_budget_usd
+     }
+ 
+     WorkspaceAgentBinding {
+         BIGINT id PK
+         BIGINT workspace_id FK,UK "NOT NULL"
+         VARCHAR(32) purpose UK "NOT NULL"
+         BOOLEAN enabled "NOT NULL"
+         INTEGER timeout_seconds "NOT NULL"
+         INTEGER max_concurrent_jobs "NOT NULL"
+         BOOLEAN allow_internet "NOT NULL"
+         BIGINT instance_model_id FK
+         BIGINT workspace_model_id FK
+         TIMESTAMPTZ created_at "NOT NULL"
+         TIMESTAMPTZ updated_at
    }

    WorkspaceLlmConnection {
        BIGINT id PK,UK
        BIGINT workspace_id FK,UK "NOT NULL"
        VARCHAR(64) slug UK "NOT NULL"
        VARCHAR(128) display_name "NOT NULL"
        VARCHAR(2048) base_url "NOT NULL"
        VARCHAR(40) api_protocol "NOT NULL"
        VARCHAR(16) auth_mode "NOT NULL"
        TEXT api_key
        BOOLEAN enabled "NOT NULL"
        TIMESTAMPTZ created_at "NOT NULL"
        TIMESTAMPTZ updated_at
    }

    WorkspaceLlmModel {
        BIGINT id PK,UK
        BIGINT workspace_id FK,UK "NOT NULL"
        BIGINT connection_id FK "NOT NULL"
        VARCHAR(64) slug UK "NOT NULL"
        VARCHAR(128) display_name "NOT NULL"
        VARCHAR(256) upstream_model_id "NOT NULL"
        INTEGER context_window
        INTEGER max_output_tokens
        BOOLEAN supports_reasoning "NOT NULL"
        VARCHAR(16) pricing_mode "NOT NULL"
        NUMERIC(18,8) per_1m_input_usd
        NUMERIC(18,8) per_1m_output_usd
        NUMERIC(18,8) per_1m_cache_read_usd
        NUMERIC(18,8) per_1m_cache_write_usd
        VARCHAR(3) currency "NOT NULL"
        VARCHAR(500) price_note
        BOOLEAN enabled "NOT NULL"
        TIMESTAMPTZ created_at "NOT NULL"
        TIMESTAMPTZ updated_at
    }

    WorkspaceMembership {
        TIMESTAMPTZ created_at "NOT NULL"
        INTEGER league_points "NOT NULL"
        VARCHAR(16) role "NOT NULL"
        BIGINT user_id PK,FK
        BIGINT workspace_id PK,FK
        BOOLEAN hidden "NOT NULL"
    }

    WorkspaceSlugHistory {
        BIGINT id PK
        TIMESTAMPTZ changed_at "NOT NULL"
        VARCHAR(64) new_slug "NOT NULL"
        VARCHAR(64) old_slug "NOT NULL"
        TIMESTAMPTZ redirect_expires_at
        BIGINT workspace_id FK "NOT NULL"
    }

    WorkspaceTeamLabelFilter {
        BIGINT workspace_id PK,FK
        BIGINT team_id PK,FK
        BIGINT label_id PK,FK
    }

    WorkspaceTeamRepositorySetting {
        BIGINT workspace_id PK,FK
        BIGINT team_id PK,FK
        BIGINT repository_id PK,FK
        BOOLEAN hidden_from_contributions "NOT NULL"
    }

    WorkspaceTeamSetting {
        BIGINT workspace_id PK,FK
        BIGINT team_id PK,FK
        BOOLEAN hidden "NOT NULL"
    }

    %% Relationships
    %% One-to-One relationships
    Account ||--|| AccountFeature : has
    Workspace ||--|| ActivityEvent : has
    Workspace ||--|| AgentConfig : has
    WorkspaceLlmModel ||--|| AgentConfig : has
    ChatMessage ||--|| ChatMessageVote : has
    GitCommit ||--|| CommitContributor : has
    Workspace ||--|| Connection : has
    Repository ||--|| Discussion : has
    DiscussionComment ||--|| Discussion : references
    IdentityProvider ||--|| Discussion : references
    Repository ||--|| DiscussionCategory : has
    IdentityProvider ||--|| DiscussionComment : commented_on
    AgentJob ||--|| Feedback : has
    Repository ||--|| GitCommit : has
    Repository ||--|| Issue : has
    IdentityProvider ||--|| Issue : references
    IdentityProvider ||--|| IssueComment : commented_on
    Repository ||--|| Label : labeled
    IdentityProvider ||--|| Label : labeled
    LlmConnection ||--|| LlmModel : has
    Workspace ||--|| MentorSlackThread : has
    Repository ||--|| Milestone : has
    IdentityProvider ||--|| Milestone : references
    IdentityProvider ||--|| Organization : references
    Workspace ||--|| OutlineCollection : has
    Connection ||--|| OutlineCollection : has
    Workspace ||--|| OutlineDocument : has
    Connection ||--|| OutlineDocument : has
    Workspace ||--|| Practice : has
    Workspace ||--|| PracticeArea : has
    Practice ||--|| PracticeRevision : has
    IdentityProvider ||--|| Project : references
    Project ||--|| ProjectField : has
    ProjectItem ||--|| ProjectFieldValue : has
    ProjectField ||--|| ProjectFieldValue : has
    Project ||--|| ProjectItem : has
    IdentityProvider ||--|| ProjectItem : references
    IdentityProvider ||--|| ProjectStatusUpdate : references
    IdentityProvider ||--|| PullRequestReview : reviewed
    IdentityProvider ||--|| PullRequestReviewComment : commented_on
    PullRequestReviewComment ||--|| PullRequestReviewThread : reviewed
    IdentityProvider ||--|| PullRequestReviewThread : reviewed
    IdentityProvider ||--|| Repository : references
    Workspace ||--|| SlackMessage : has
    Workspace ||--|| SlackMonitoredChannel : has
    Workspace ||--|| SlackParticipantConsent : has
    Workspace ||--|| SlackThread : has
    IdentityProvider ||--|| Team : references
    IdentityProvider ||--|| User : references
    User ||--|| UserAchievement : has
    User ||--|| UserPreference : has
    Organization ||--|| Workspace : has
+     Workspace ||--|| WorkspaceAgentBinding : has
+     WorkspaceLlmModel ||--|| WorkspaceAgentBinding : has
    Workspace ||--|| WorkspaceLlmConnection : has
    Workspace ||--|| WorkspaceLlmModel : has
    WorkspaceLlmConnection ||--|| WorkspaceLlmModel : has
    User ||--|| WorkspaceMembership : belongs_to
    Workspace ||--|| WorkspaceMembership : belongs_to

    %% One-to-Many relationships
    Account ||--o{ AccountExport : has
    User ||--o{ ActivityEvent : references
    Repository ||--o{ ActivityEvent : has
    LlmModel ||--o{ AgentConfig : references
    WorkspaceLlmModel ||--o{ AgentConfig : workspace_model_id
    WorkspaceLlmModel ||--o{ AgentConfig : workspace_model_id
    Workspace ||--o{ AgentJob : has
    AgentConfig ||--o{ AgentJob : has
    Account ||--o{ AuthEvent : account_id
    Account ||--o{ AuthEvent : acting_account_id
    IdentityProvider ||--o{ AuthEvent : references
    Workspace ||--o{ AuthEvent : has
    IdentityLink ||--o{ AuthEvent : has
    ChatMessage ||--o{ ChatMessage : references
    ChatThread ||--o{ ChatMessage : has
    User ||--o{ ChatThread : has
    Workspace ||--o{ ChatThread : has
    User ||--o{ CommitContributor : has
    GitCommit ||--o{ CommitFileChange : has
    Workspace ||--o{ ConfigAuditEvent : has
    Account ||--o{ ConfigAuditEvent : actor_account_id
    Account ||--o{ ConfigAuditEvent : acting_account_id
    Connection ||--o{ ConnectionAudit : has
    User ||--o{ Discussion : authored_by
    DiscussionCategory ||--o{ Discussion : has
    User ||--o{ Discussion : references
    Discussion ||--o{ DiscussionComment : commented_on
    User ||--o{ DiscussionComment : commented_on
    DiscussionComment ||--o{ DiscussionComment : commented_on
    Workspace ||--o{ Feedback : has
    User ||--o{ Feedback : recipient_user_id
    User ||--o{ Feedback : about_user_id
    Feedback ||--o{ Feedback : references
    Feedback ||--o{ FeedbackPlacement : has
    ChatMessage ||--o{ FeedbackPlacement : has
    User ||--o{ GitCommit : authored_by
    User ||--o{ GitCommit : references
    Account ||--o{ IdentityLink : has
    IdentityProvider ||--o{ IdentityLink : references
    User ||--o{ Issue : authored_by
    Milestone ||--o{ Issue : has
    User ||--o{ Issue : merged_by
    Issue ||--o{ Issue : has
    IssueType ||--o{ Issue : has
    User ||--o{ IssueComment : commented_on
    Issue ||--o{ IssueComment : commented_on
    Organization ||--o{ IssueType : has
    Account ||--o{ IssuedJwt : has
    LlmModel ||--o{ LlmModelPrice : has
    Workspace ||--o{ LlmUsageEvent : has
    ChatThread ||--o{ MentorSlackThread : has
    User ||--o{ Milestone : created_by
    Practice ||--o{ Observation : has
    User ||--o{ Observation : has
    PracticeRevision ||--o{ Observation : has
    Workspace ||--o{ OutlineDocumentEvent : has
    Connection ||--o{ OutlineDocumentEvent : has
    PracticeArea ||--o{ Practice : has
    User ||--o{ Project : created_by
    Issue ||--o{ ProjectItem : has
    User ||--o{ ProjectItem : created_by
    Project ||--o{ ProjectStatusUpdate : has
    User ||--o{ ProjectStatusUpdate : created_by
    User ||--o{ PullRequestReview : reviewed
    Issue ||--o{ PullRequestReview : reviewed
    User ||--o{ PullRequestReviewComment : commented_on
    Issue ||--o{ PullRequestReviewComment : commented_on
    PullRequestReview ||--o{ PullRequestReviewComment : commented_on
    PullRequestReviewThread ||--o{ PullRequestReviewComment : commented_on
    PullRequestReviewComment ||--o{ PullRequestReviewComment : commented_on
    Issue ||--o{ PullRequestReviewThread : reviewed
    User ||--o{ PullRequestReviewThread : reviewed
    User ||--o{ Reaction : has
    Feedback ||--o{ Reaction : has
    Organization ||--o{ Repository : has
    Workspace ||--o{ RepositoryToMonitor : monitors
    Workspace ||--o{ SlackChannelConsentEvent : has
    User ||--o{ SlackChannelConsentEvent : has
    User ||--o{ SlackMessage : authored_by
    Workspace ||--o{ SyncJob : has
    Connection ||--o{ SyncJob : references
    Connection ||--o{ SyncJob : connection_id
    Connection ||--o{ SyncJob : connection_id
    AgentConfig ||--o{ Workspace : practice_config_id
    AgentConfig ||--o{ Workspace : mentor_config_id
+     LlmModel ||--o{ WorkspaceAgentBinding : references
+     WorkspaceLlmModel ||--o{ WorkspaceAgentBinding : workspace_model_id
+     WorkspaceLlmModel ||--o{ WorkspaceAgentBinding : workspace_model_id
    WorkspaceLlmConnection ||--o{ WorkspaceLlmModel : connection_id
    WorkspaceLlmConnection ||--o{ WorkspaceLlmModel : connection_id
    Workspace ||--o{ WorkspaceSlugHistory : has

    %% Many-to-Many relationships
    GitCommit }o--o{ CommitPullRequest : has
    Issue }o--o{ CommitPullRequest : references
    Connection }o--o{ ConnectionActivity : has
    Workspace }o--o{ ConnectionActivity : has
    Discussion }o--o{ DiscussionLabel : labeled
    Label }o--o{ DiscussionLabel : labeled
    Feedback }o--o{ FeedbackObservation : has
    Observation }o--o{ FeedbackObservation : has
    Issue }o--o{ IssueAssignee : assigned_to
    User }o--o{ IssueAssignee : assigned_to
    Issue }o--o{ IssueBlocking : blocked_issue_id
    Issue }o--o{ IssueBlocking : blocking_issue_id
    Issue }o--o{ IssueLabel : labeled
    Label }o--o{ IssueLabel : labeled
    LlmModel }o--o{ LlmModelWorkspaceGrant : has
    Workspace }o--o{ LlmModelWorkspaceGrant : has
    Issue }o--o{ PullRequestRequestedReviewer : reviewed
    User }o--o{ PullRequestRequestedReviewer : reviewed
    Repository }o--o{ RepositoryCollaborator : has
    User }o--o{ RepositoryCollaborator : has
    User }o--o{ TeamMembership : belongs_to
    Team }o--o{ TeamMembership : belongs_to
    Repository }o--o{ TeamRepositoryPermission : has
    Team }o--o{ TeamRepositoryPermission : has
    Workspace }o--o{ WorkspaceTeamLabelFilter : labeled
    Team }o--o{ WorkspaceTeamLabelFilter : labeled
    Label }o--o{ WorkspaceTeamLabelFilter : labeled
    Workspace }o--o{ WorkspaceTeamRepositorySetting : has
    Team }o--o{ WorkspaceTeamRepositorySetting : has
    Repository }o--o{ WorkspaceTeamRepositorySetting : has
    Workspace }o--o{ WorkspaceTeamSetting : has
    Team }o--o{ WorkspaceTeamSetting : has

    %% Styling
    classDef primaryEntity fill:#e1f5fe,stroke:#01579b,stroke-width:2px
    classDef associationEntity fill:#f3e5f5,stroke:#4a148c,stroke-width:2px
    classDef metadataEntity fill:#e8f5e8,stroke:#1b5e20,stroke-width:2px

    class Issue primaryEntity
    class IssueAssignee associationEntity
    class IssueLabel associationEntity
    class Label primaryEntity
    class Milestone primaryEntity
    class PullRequestRequestedReviewer associationEntity
    class Repository primaryEntity
    class RepositoryToMonitor metadataEntity
    class Team primaryEntity
    class User primaryEntity
    class Workspace primaryEntity
